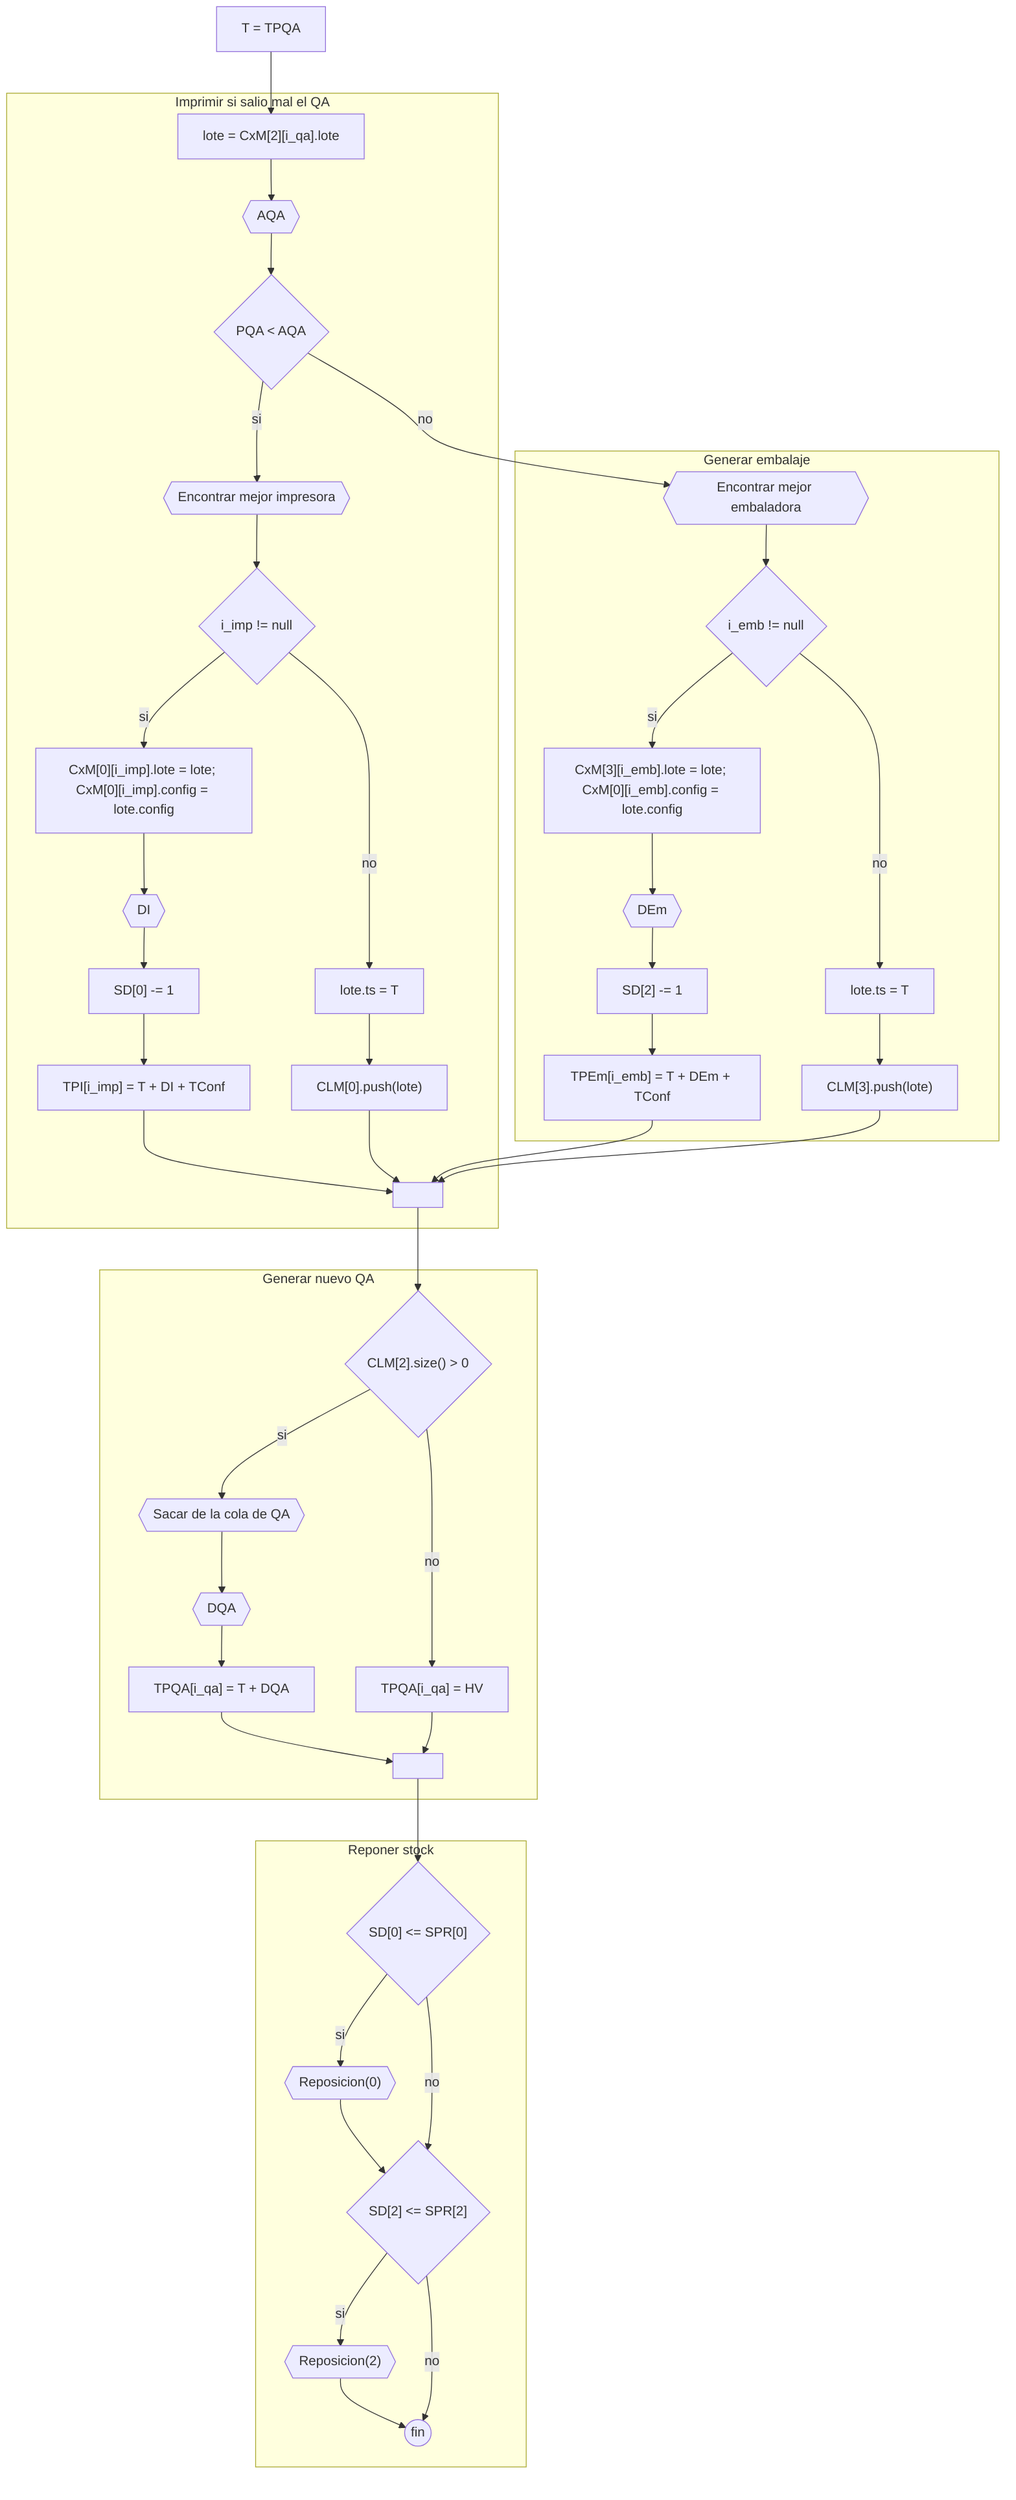
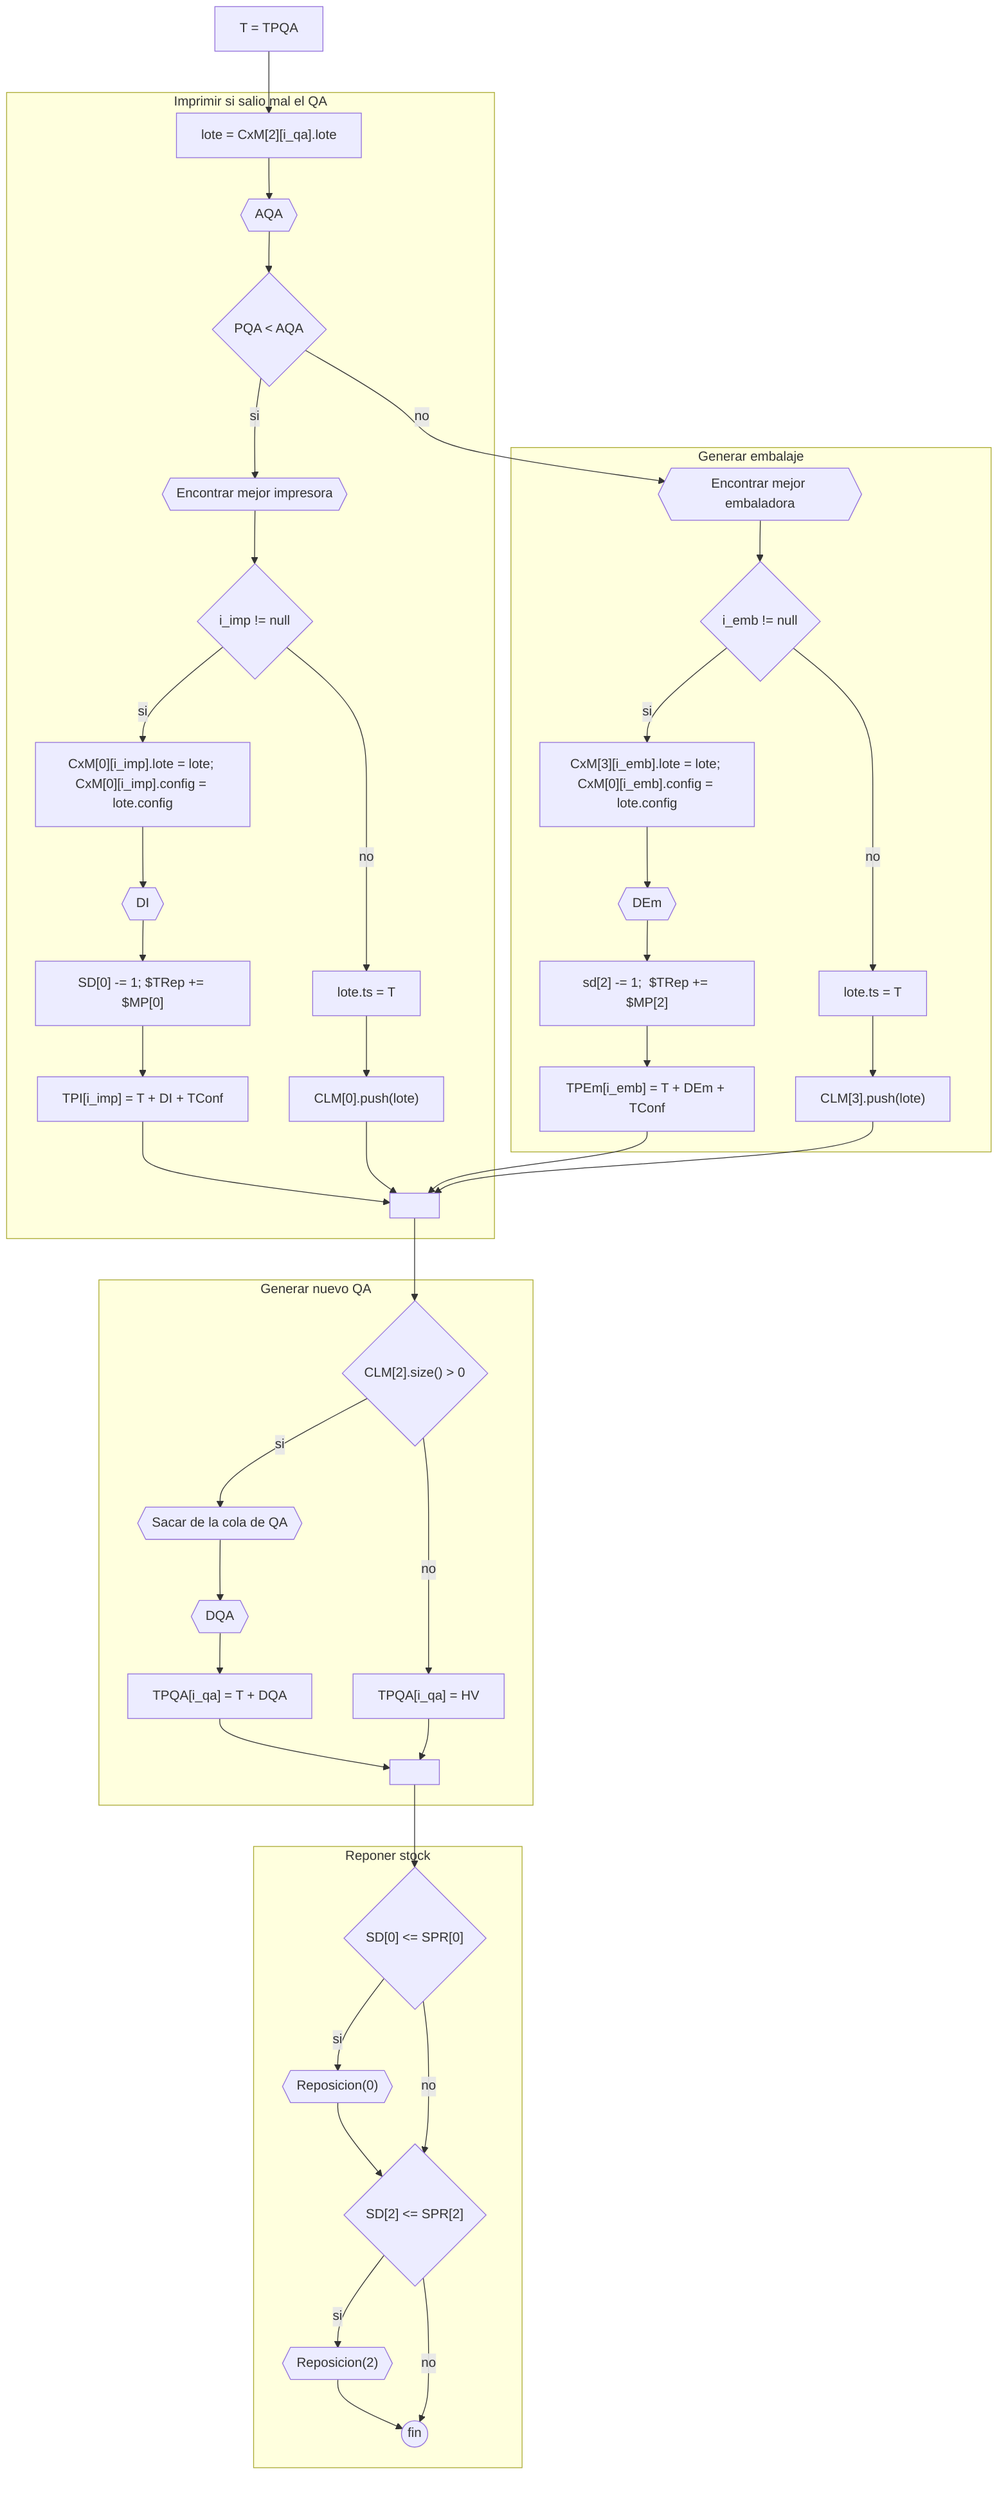
flowchart TD
    direction TD

    a[T = TPQA] --> lote["lote = CxM[2][i_qa].lote"]

    subgraph Imprimir si salio mal el QA
    lote --> bb{{AQA}}
    bb --> bb1{"PQA < AQA"}
    bb1 --> |si| e1{{Encontrar mejor impresora}} --> f1{"i_imp != null"}
-     f1 --> |si| aimp["CxM[0][i_imp].lote = lote; CxM[0][i_imp].config = lote.config"] --> g1{{DI}} --> s0["SD[0] -= 1"] --> i["TPI[i_imp] = T + DI + TConf"] --> z[" "]
+     f1 --> |si| aimp["CxM[0][i_imp].lote = lote; CxM[0][i_imp].config = lote.config"] --> g1{{DI}} --> s0["SD[0] -= 1; $TRep += $MP[0]"] --> i["TPI[i_imp] = T + DI + TConf"] --> z[" "]
    f1 --> |no| z9["lote.ts = T"] --> h1["CLM[0].push(lote)"] --> z
    end

    subgraph Generar embalaje
    bb1 --> |no| g{{Encontrar mejor embaladora}} --> if2{"i_emb != null"}
-     if2 --> |si| aemb["CxM[3][i_emb].lote = lote; CxM[0][i_emb].config = lote.config"] --> aaa{{DEm}} --> s2["SD[2] -= 1"] --> h["TPEm[i_emb] = T + DEm + TConf"] --> z
+     if2 --> |si| aemb["CxM[3][i_emb].lote = lote; CxM[0][i_emb].config = lote.config"] --> aaa{{DEm}} --> s2["sd[2] -= 1;  $TRep += $MP[2]"] --> h["TPEm[i_emb] = T + DEm + TConf"] --> z
    if2 --> |no| z99["lote.ts = T"] --> aa["CLM[3].push(lote)"]  --> z
    end

    subgraph Generar nuevo QA
    z --> if{"CLM[2].size() > 0"}
    if --> |si| e{{"Sacar de la cola de QA"}} --> s{{DQA}} --> b["TPQA[i_qa] = T + DQA"] --> l[" "]
    if --> |no| zz["TPQA[i_qa] = HV"] --> l
    end

    subgraph Reponer stock
    l --> if3{"SD[0] <= SPR[0]"}
    if3 --> |si| r0{{"Reposicion(0)"}} --> if4{"SD[2] <= SPR[2]"}
    if3 --> |no| if4
    if4 --> |si| r2{{"Reposicion(2)"}} --> fin((fin))
    if4 --> |no| fin
    end
